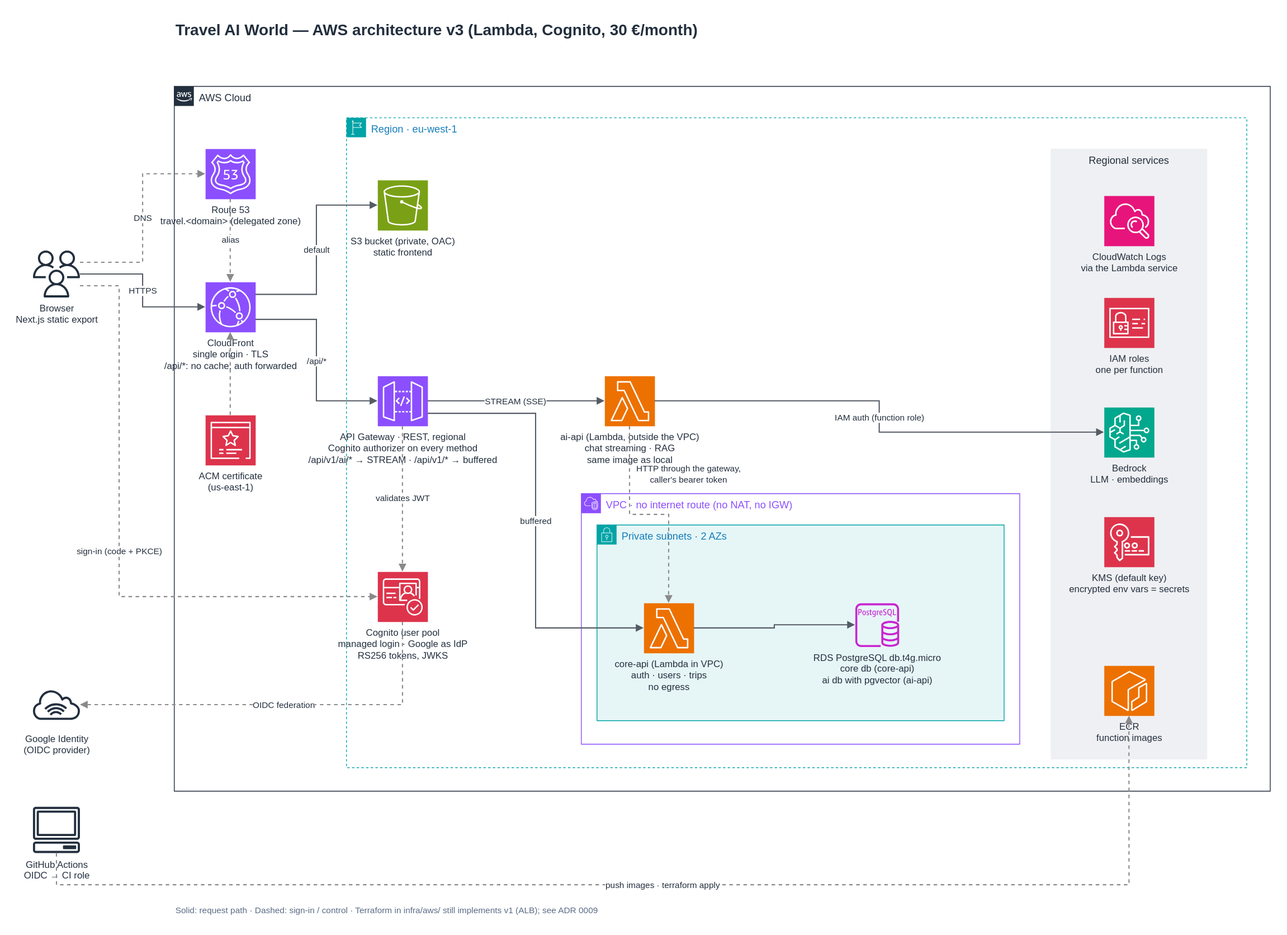
Before: docs/architecture/aws-architecture.drawio.svg, a diagram exported from draw.io (manupm87/travel-ai-world). Source tidied: cells renumbered, new cells last; positions are measured from the earlier drawing's top-left corner, leaving out a move shared by most shapes.
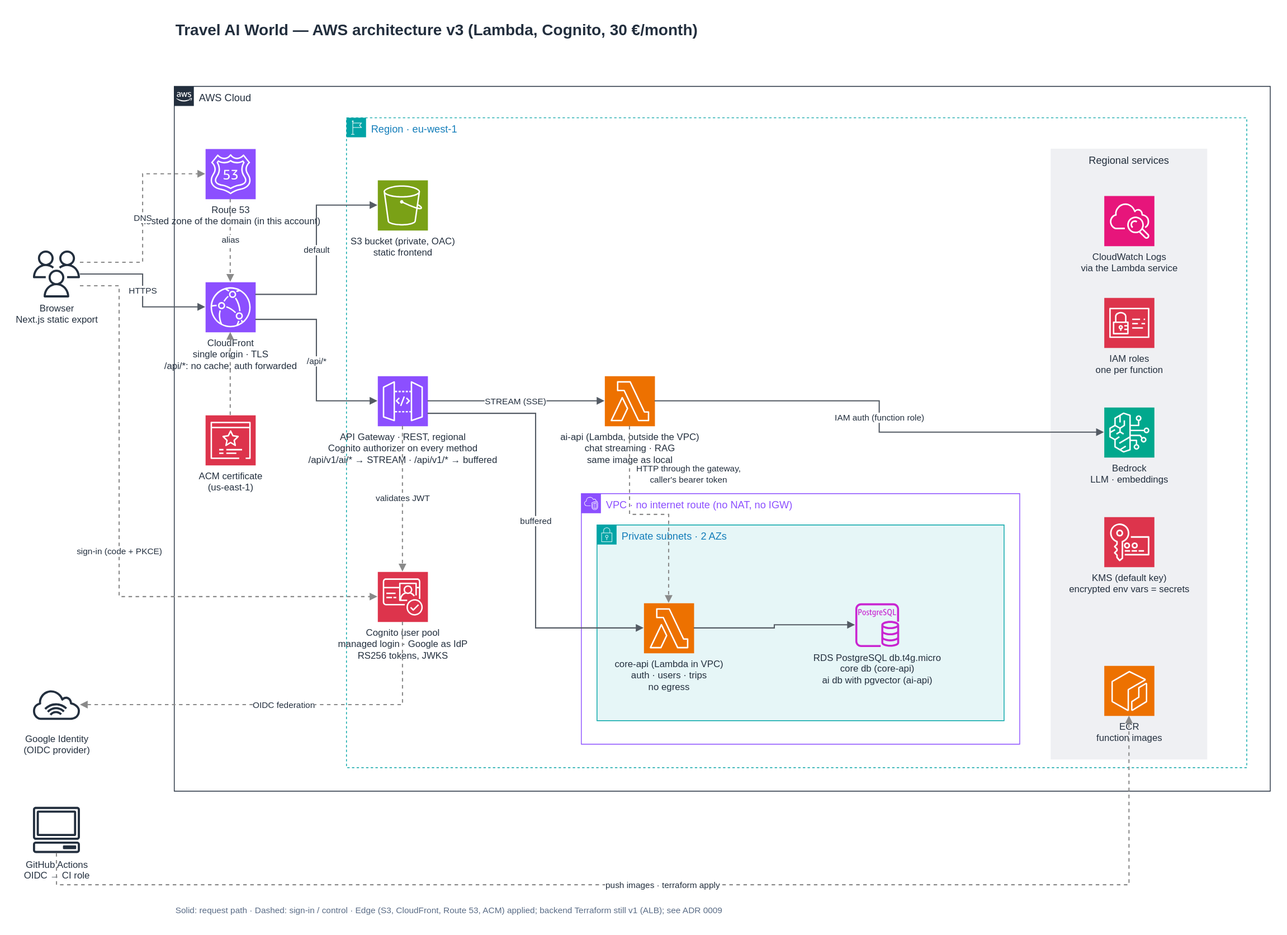
Later version of the same file.

Commit message:
docs(architecture): align ADR 0009 with the deployed frontend edge (#83); fix runbook link

What changed in the source:
```diff
@@ -14,7 +14,7 @@
     <mxCell id="5" value="AWS Cloud" style="gradientColor=none;html=1;whiteSpace=wrap;fontSize=13;fontStyle=0;shape=mxgraph.aws4.group;grIcon=mxgraph.aws4.group_aws_cloud_alt;verticalAlign=top;align=left;spacingLeft=30;strokeColor=#232F3E;fillColor=none;fontColor=#232F3E;dashed=0;" parent="1" vertex="1">
       <mxGeometry x="180" y="90" width="1400" height="900" as="geometry" />
     </mxCell>
-    <mxCell id="6" value="Route 53&lt;br&gt;travel.&amp;lt;domain&amp;gt; (delegated zone)" style="sketch=0;points=[[0,0,0],[0.25,0,0],[0.5,0,0],[0.75,0,0],[1,0,0],[0,1,0],[0.25,1,0],[0.5,1,0],[0.75,1,0],[1,1,0],[0,0.25,0],[0,0.5,0],[0,0.75,0],[1,0.25,0],[1,0.5,0],[1,0.75,0]];outlineConnect=0;fontColor=#232F3E;fillColor=#8C4FFF;strokeColor=#ffffff;dashed=0;verticalLabelPosition=bottom;verticalAlign=top;align=center;html=1;fontSize=12;fontStyle=0;shape=mxgraph.aws4.resourceIcon;resIcon=mxgraph.aws4.route_53;" parent="5" vertex="1">
+    <mxCell id="6" value="Route 53&lt;br&gt;hosted zone of the domain (in this account)" style="sketch=0;points=[[0,0,0],[0.25,0,0],[0.5,0,0],[0.75,0,0],[1,0,0],[0,1,0],[0.25,1,0],[0.5,1,0],[0.75,1,0],[1,1,0],[0,0.25,0],[0,0.5,0],[0,0.75,0],[1,0.25,0],[1,0.5,0],[1,0.75,0]];outlineConnect=0;fontColor=#232F3E;fillColor=#8C4FFF;strokeColor=#ffffff;dashed=0;verticalLabelPosition=bottom;verticalAlign=top;align=center;html=1;fontSize=12;fontStyle=0;shape=mxgraph.aws4.resourceIcon;resIcon=mxgraph.aws4.route_53;" parent="5" vertex="1">
       <mxGeometry x="40" y="80" width="64" height="64" as="geometry" />
     </mxCell>
     <mxCell id="7" value="CloudFront&lt;br&gt;single origin · TLS&lt;br&gt;/api/*: no cache, auth forwarded" style="sketch=0;points=[[0,0,0],[0.25,0,0],[0.5,0,0],[0.75,0,0],[1,0,0],[0,1,0],[0.25,1,0],[0.5,1,0],[0.75,1,0],[1,1,0],[0,0.25,0],[0,0.5,0],[0,0.75,0],[1,0.25,0],[1,0.5,0],[1,0.75,0]];outlineConnect=0;fontColor=#232F3E;fillColor=#8C4FFF;strokeColor=#ffffff;dashed=0;verticalLabelPosition=bottom;verticalAlign=top;align=center;html=1;fontSize=12;fontStyle=0;shape=mxgraph.aws4.resourceIcon;resIcon=mxgraph.aws4.cloudfront;" parent="5" vertex="1">
@@ -132,7 +132,7 @@
     <mxCell id="39" value="Travel AI World — AWS architecture v3 (Lambda, Cognito, 30 €/month)" style="text;html=1;align=left;verticalAlign=middle;fontSize=20;fontStyle=1;fontColor=#232F3E;" parent="1" vertex="1">
       <mxGeometry x="180" width="900" height="34" as="geometry" />
     </mxCell>
-    <mxCell id="40" value="Solid: request path · Dashed: sign-in / control · Terraform in infra/aws/ still implements v1 (ALB); see ADR 0009" style="text;html=1;align=left;verticalAlign=middle;fontSize=11;fontColor=#5A6C86;" parent="1" vertex="1">
+    <mxCell id="40" value="Solid: request path · Dashed: sign-in / control · Edge (S3, CloudFront, Route 53, ACM) applied; backend Terraform still v1 (ALB); see ADR 0009" style="text;html=1;align=left;verticalAlign=middle;fontSize=11;fontColor=#5A6C86;" parent="1" vertex="1">
       <mxGeometry x="180" y="1130" width="900" height="24" as="geometry" />
     </mxCell>
   </root>
```
